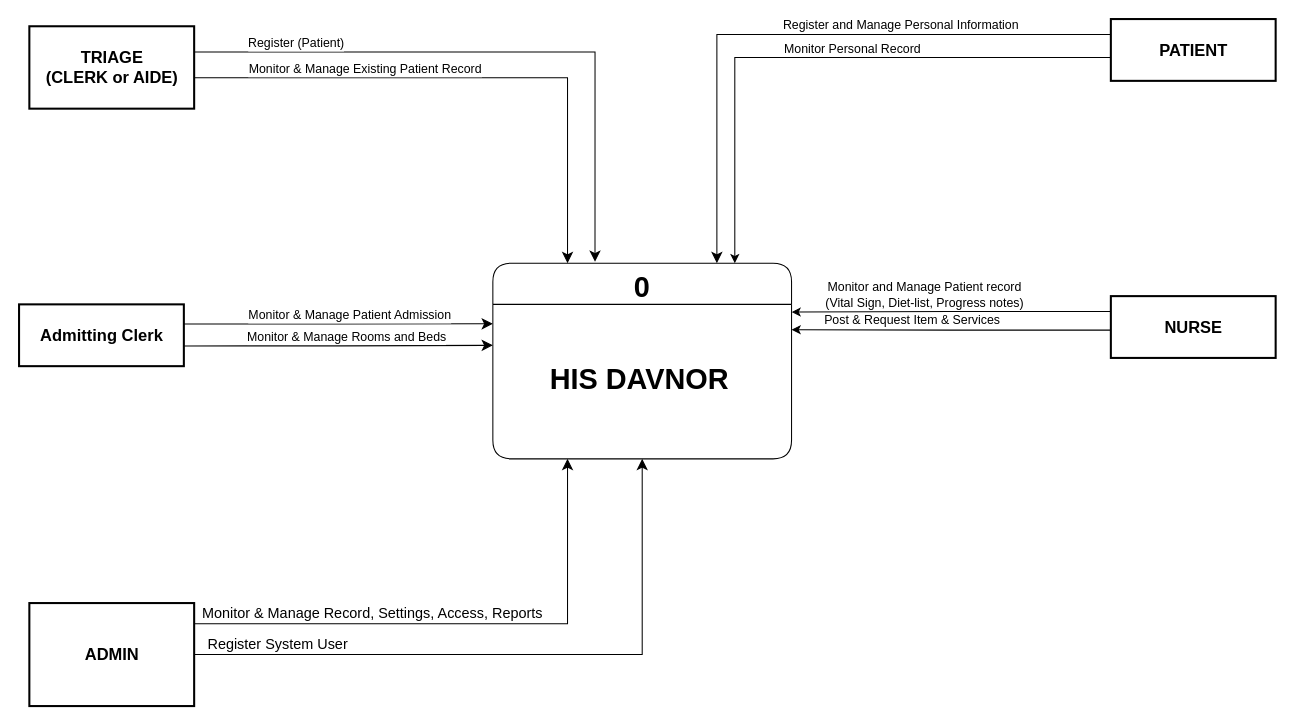
Before: page "CFD" (4 of 7) of ActivityDiagram.git.drawio in ediangca/DAVNORHIS-Diagram, a draw.io diagram. Source tidied: cells renumbered, new cells numbered last; positions are measured from the earlier drawing's top-left corner, leaving out a move shared by most shapes. Both pictures are drawn from the tidied source at 103%, with x=0, y=0 at pixel (19, 19).
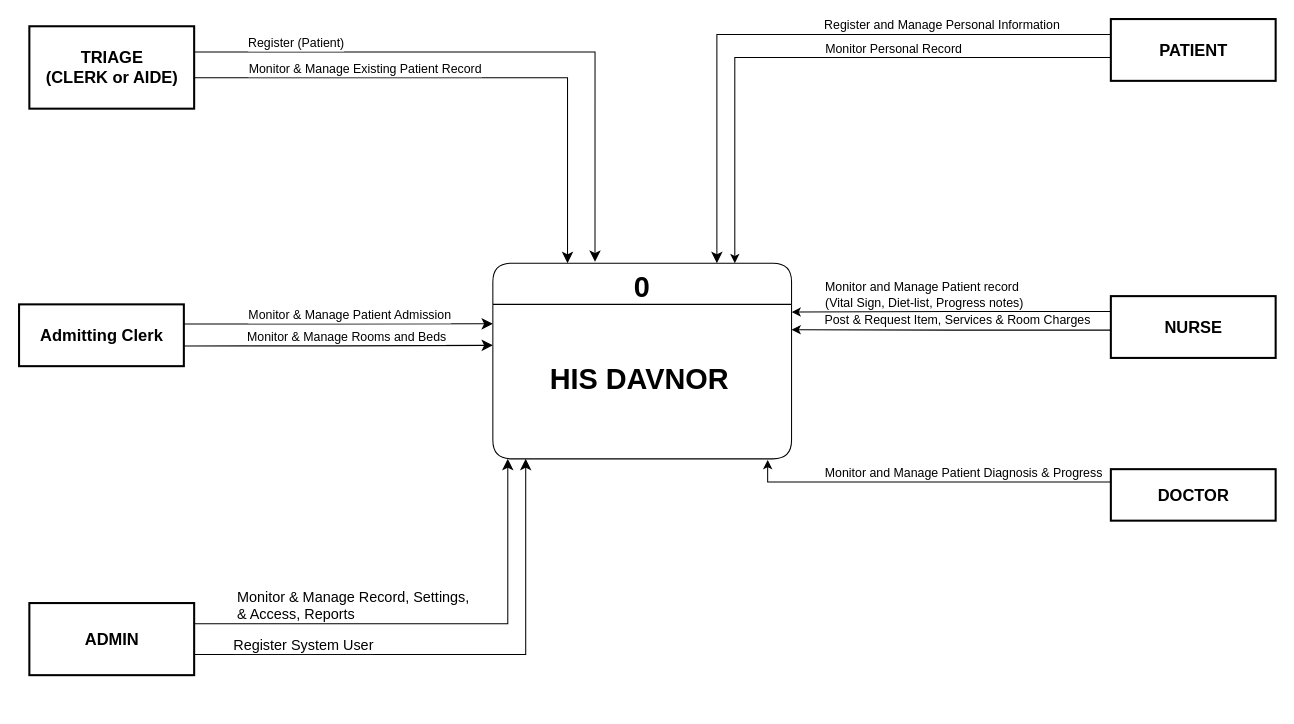
The same diagram, later.

The change refers to these unchanged cells:
```xml
<mxCell id="5" style="edgeStyle=orthogonalEdgeStyle;rounded=0;jettySize=auto;html=1;entryX=0.75;entryY=0;entryDx=0;entryDy=0;fontSize=12;startSize=8;endSize=8;exitX=0;exitY=0.25;exitDx=0;exitDy=0;" parent="1" edge="1" source="7" target="21">
  <mxGeometry relative="1" as="geometry" />
</mxCell>
<mxCell id="21" value="0" style="swimlane;fontStyle=1;horizontal=1;startSize=40;fillColor=#ffffff;swimlaneFillColor=#ffffff;fontSize=28;rounded=1;shadow=0;glass=0;points=[[0,0,0,0,0],[0,0.08,0,0,0],[0,0.16,0,0,0],[0,0.25,0,0,0],[0,0.31,0,0,0],[0,0.37,0,0,0],[0,0.42,0,0,0],[0,0.5,0,0,0],[0,0.54,0,0,0],[0,0.6,0,0,0],[0,0.66,0,0,0],[0,0.75,0,0,0],[0,1,0,0,0],[0.01,0.83,0,0,0],[0.01,0.89,0,0,0],[0.05,1,0,0,0],[0.06,0,0,0,0],[0.11,1,0,0,0],[0.12,0,0,0,0],[0.18,1,0,0,1],[0.19,0,0,0,0],[0.25,0,0,0,0],[0.25,1,0,0,0],[0.32,0,0,0,0],[0.32,1,0,0,0],[0.38,0,0,0,0],[0.38,1,0,0,0],[0.43,1,0,0,0],[0.44,0,0,0,0],[0.5,0,0,0,0],[0.5,1,0,0,0],[0.55,1,0,0,0],[0.56,0,0,0,0],[0.6,1,0,0,1],[0.62,0,0,0,0],[0.67,1,0,0,1],[0.69,0,0,0,0],[0.75,0,0,0,0],[0.75,1,0,0,0],[0.81,0,0,0,0],[0.81,1,0,0,0],[0.87,0,0,0,0],[0.87,1,0,0,1],[0.92,1,0,0,1],[0.93,0,0,0,0],[0.99,0.6,0,0,0],[1,0,0,0,0],[1,0.11,0,0,0],[1,0.18,0,0,0],[1,0.25,0,0,0],[1,0.34,0,0,0],[1,0.42,0,0,0],[1,0.5,0,0,0],[1,0.67,0,0,0],[1,0.75,0,0,0],[1,0.83,0,0,0],[1,0.91,0,0,0],[1,1,0,0,0]];" parent="20" vertex="1">
  <mxGeometry width="290" height="190" as="geometry" />
</mxCell>
<mxCell id="24" style="edgeStyle=orthogonalEdgeStyle;rounded=0;jettySize=auto;html=1;entryX=1;entryY=0.34;entryDx=0;entryDy=0;entryPerimeter=0;exitX=0.001;exitY=0.55;exitDx=0;exitDy=0;exitPerimeter=0;" parent="1" edge="1" source="23" target="21">
  <mxGeometry relative="1" as="geometry" />
</mxCell>
<mxCell id="26" style="edgeStyle=orthogonalEdgeStyle;rounded=0;jettySize=auto;html=1;entryX=1;entryY=0.25;entryDx=0;entryDy=0;entryPerimeter=0;exitX=0;exitY=0.25;exitDx=0;exitDy=0;" parent="1" edge="1" source="23" target="21">
  <mxGeometry relative="1" as="geometry" />
</mxCell>
<mxCell id="28" style="edgeStyle=orthogonalEdgeStyle;rounded=0;jettySize=auto;html=1;entryX=0.81;entryY=0;entryDx=0;entryDy=0;entryPerimeter=0;exitX=0;exitY=0.621;exitDx=0;exitDy=0;exitPerimeter=0;" parent="1" edge="1" source="7" target="21">
  <mxGeometry relative="1" as="geometry" />
</mxCell>
```

Diff of the diagram source:
```diff
@@
     <mxCell id="6" value="Register and Manage Personal Information" style="edgeLabel;html=1;align=center;verticalAlign=middle;fontSize=12;" parent="5" vertex="1">
       <mxGeometry x="-0.28" y="-2" relative="1" as="geometry">
-        <mxPoint x="13" y="-7" as="offset" />
+        <mxPoint x="53" y="-7" as="offset" />
       </mxGeometry>
     </mxCell>
@@
-    <mxCell id="8" style="edgeStyle=orthogonalEdgeStyle;rounded=0;jettySize=auto;html=1;fontSize=12;startSize=8;endSize=8;entryX=0.25;entryY=1;entryDx=0;entryDy=0;" parent="1" edge="1" source="12" target="21">
+    <mxCell id="8" style="edgeStyle=orthogonalEdgeStyle;rounded=0;jettySize=auto;html=1;fontSize=12;startSize=8;endSize=8;entryX=0.05;entryY=1;entryDx=0;entryDy=0;entryPerimeter=0;" parent="1" edge="1" source="12" target="21">
       <mxGeometry relative="1" as="geometry">
         <Array as="points">
-          <mxPoint x="532" y="587" />
+          <mxPoint x="475" y="587" />
+          <mxPoint x="475" y="427" />
         </Array>
       </mxGeometry>
     </mxCell>
-    <mxCell id="9" value="Monitor &amp;amp; Manage Record, Settings, Access, Reports&amp;nbsp;" style="edgeLabel;html=1;align=left;verticalAlign=middle;fontSize=14;" parent="8" vertex="1">
+    <mxCell id="9" value="Monitor &amp;amp; Manage Record, Settings,&amp;nbsp;&lt;div&gt;&amp;amp; Access, Reports&amp;nbsp;&lt;/div&gt;" style="edgeLabel;html=1;align=left;verticalAlign=middle;fontSize=14;" parent="8" vertex="1">
       <mxGeometry x="-0.65" y="1" relative="1" as="geometry">
-        <mxPoint x="-85" y="-10" as="offset" />
+        <mxPoint x="-41" y="-18" as="offset" />
       </mxGeometry>
     </mxCell>
-    <mxCell id="10" style="edgeStyle=orthogonalEdgeStyle;rounded=0;jettySize=auto;html=1;fontSize=12;startSize=8;endSize=8;entryX=0.5;entryY=1;entryDx=0;entryDy=0;" parent="1" edge="1" source="12" target="21">
+    <mxCell id="10" style="edgeStyle=orthogonalEdgeStyle;rounded=0;jettySize=auto;html=1;fontSize=12;startSize=8;endSize=8;entryX=0.11;entryY=1;entryDx=0;entryDy=0;entryPerimeter=0;" parent="1" edge="1" source="12" target="21">
       <mxGeometry relative="1" as="geometry">
         <Array as="points">
-          <mxPoint x="605" y="617" />
+          <mxPoint x="492" y="617" />
         </Array>
       </mxGeometry>
     </mxCell>
     <mxCell id="11" value="&lt;font style=&quot;font-size: 14px;&quot;&gt;Register System User&lt;/font&gt;" style="edgeLabel;html=1;align=center;verticalAlign=middle;fontSize=12;" parent="10" vertex="1">
       <mxGeometry x="-0.72" y="2" relative="1" as="geometry">
-        <mxPoint x="-8" y="-9" as="offset" />
+        <mxPoint x="33" y="-8" as="offset" />
       </mxGeometry>
     </mxCell>
     <mxCell id="12" value="&lt;b&gt;ADMIN&lt;/b&gt;" style="rounded=0;fillColor=default;strokeColor=default;strokeWidth=2;fontFamily=Helvetica;html=1;gradientColor=none;fontColor=default;fontSize=16;" parent="1" vertex="1">
-      <mxGeometry x="10" y="567" width="160" height="100" as="geometry" />
+      <mxGeometry x="10" y="567" width="160" height="70" as="geometry" />
     </mxCell>
@@
-    <mxCell id="25" value="Post &amp;amp; Request Item &amp;amp; Services" style="edgeLabel;html=1;align=center;verticalAlign=middle;fontSize=12;" parent="24" vertex="1">
+    <mxCell id="25" value="Post &amp;amp; Request Item, Services &amp;amp; Room Charges" style="edgeLabel;html=1;align=center;verticalAlign=middle;fontSize=12;" parent="24" vertex="1">
       <mxGeometry x="0.77" y="-3" relative="1" as="geometry">
-        <mxPoint x="81" y="-6" as="offset" />
+        <mxPoint x="125" y="-6" as="offset" />
       </mxGeometry>
     </mxCell>
@@
-    <mxCell id="27" value="&lt;div style=&quot;font-size: 12px;&quot;&gt;Monitor and Manage Patient record&lt;/div&gt;&lt;div style=&quot;font-size: 12px;&quot;&gt;(Vital Sign, Diet-list, Progress notes)&lt;/div&gt;" style="edgeLabel;html=1;align=center;verticalAlign=middle;fontSize=12;" parent="26" vertex="1">
+    <mxCell id="27" value="&lt;div style=&quot;font-size: 12px;&quot;&gt;Monitor and Manage Patient record&lt;/div&gt;&lt;div style=&quot;font-size: 12px;&quot;&gt;(Vital Sign, Diet-list, Progress notes)&lt;/div&gt;" style="edgeLabel;html=1;align=left;verticalAlign=middle;fontSize=12;" parent="26" vertex="1">
       <mxGeometry x="0.51" y="-1" relative="1" as="geometry">
-        <mxPoint x="52" y="-16" as="offset" />
+        <mxPoint x="-46" y="-16" as="offset" />
       </mxGeometry>
     </mxCell>
@@
     <mxCell id="29" value="Monitor Personal Record" style="edgeLabel;html=1;align=center;verticalAlign=middle;fontSize=12;" parent="28" vertex="1">
       <mxGeometry x="-0.03" y="-1" relative="1" as="geometry">
-        <mxPoint x="23" y="-8" as="offset" />
+        <mxPoint x="63" y="-8" as="offset" />
       </mxGeometry>
     </mxCell>
+    <mxCell id="30" value="&lt;font style=&quot;font-size: 16px;&quot;&gt;&lt;b style=&quot;font-size: 16px;&quot;&gt;DOCTOR&lt;/b&gt;&lt;/font&gt;" style="rounded=0;fillColor=default;strokeColor=default;strokeWidth=2;fontFamily=Helvetica;html=1;gradientColor=none;fontColor=default;fontSize=16;" parent="1" vertex="1">
+      <mxGeometry x="1060" y="437" width="160" height="50" as="geometry" />
+    </mxCell>
+    <mxCell id="31" style="edgeStyle=orthogonalEdgeStyle;rounded=0;jettySize=auto;html=1;entryX=0.92;entryY=1;entryDx=0;entryDy=1;entryPerimeter=0;exitX=0;exitY=0.25;exitDx=0;exitDy=0;" parent="1" edge="1" source="30" target="21">
+      <mxGeometry relative="1" as="geometry" />
+    </mxCell>
+    <mxCell id="32" value="Monitor and Manage Patient Diagnosis &amp;amp; Progress" style="edgeLabel;html=1;align=center;verticalAlign=middle;fontSize=12;" parent="31" vertex="1">
+      <mxGeometry x="0.13" y="-3" relative="1" as="geometry">
+        <mxPoint x="56" y="-6" as="offset" />
+      </mxGeometry>
+    </mxCell>
```
